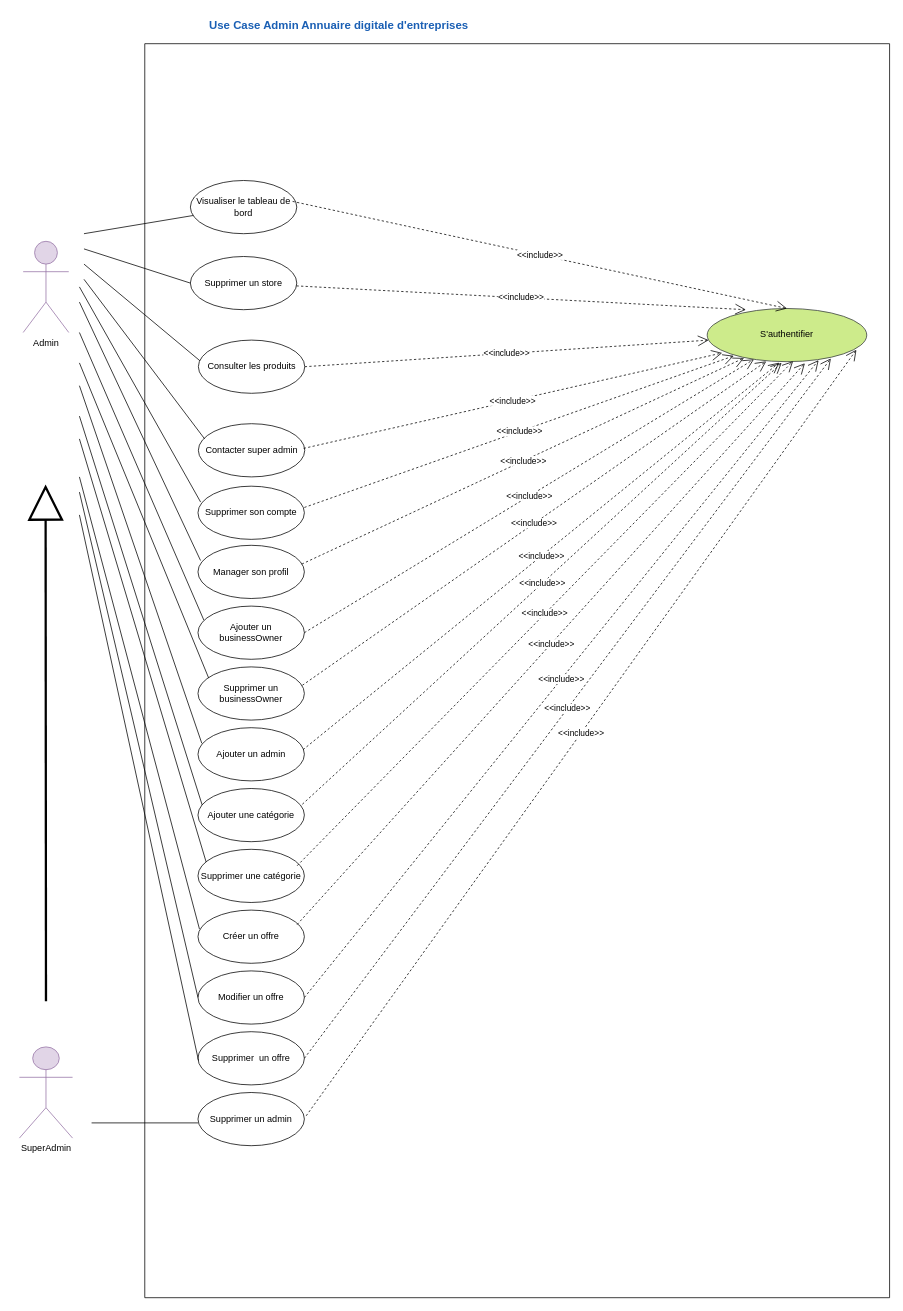
The draw.io diagram 4. UseCase_Admin.drawio in amine-elarass49/angular_doc, before the edit. Source tidied: cells renumbered, new cells numbered last; positions are measured from the earlier drawing's top-left corner, leaving out a move shared by most shapes. Both pictures are drawn from the tidied source at 76%, with x=0, y=0 at pixel (19, 13).
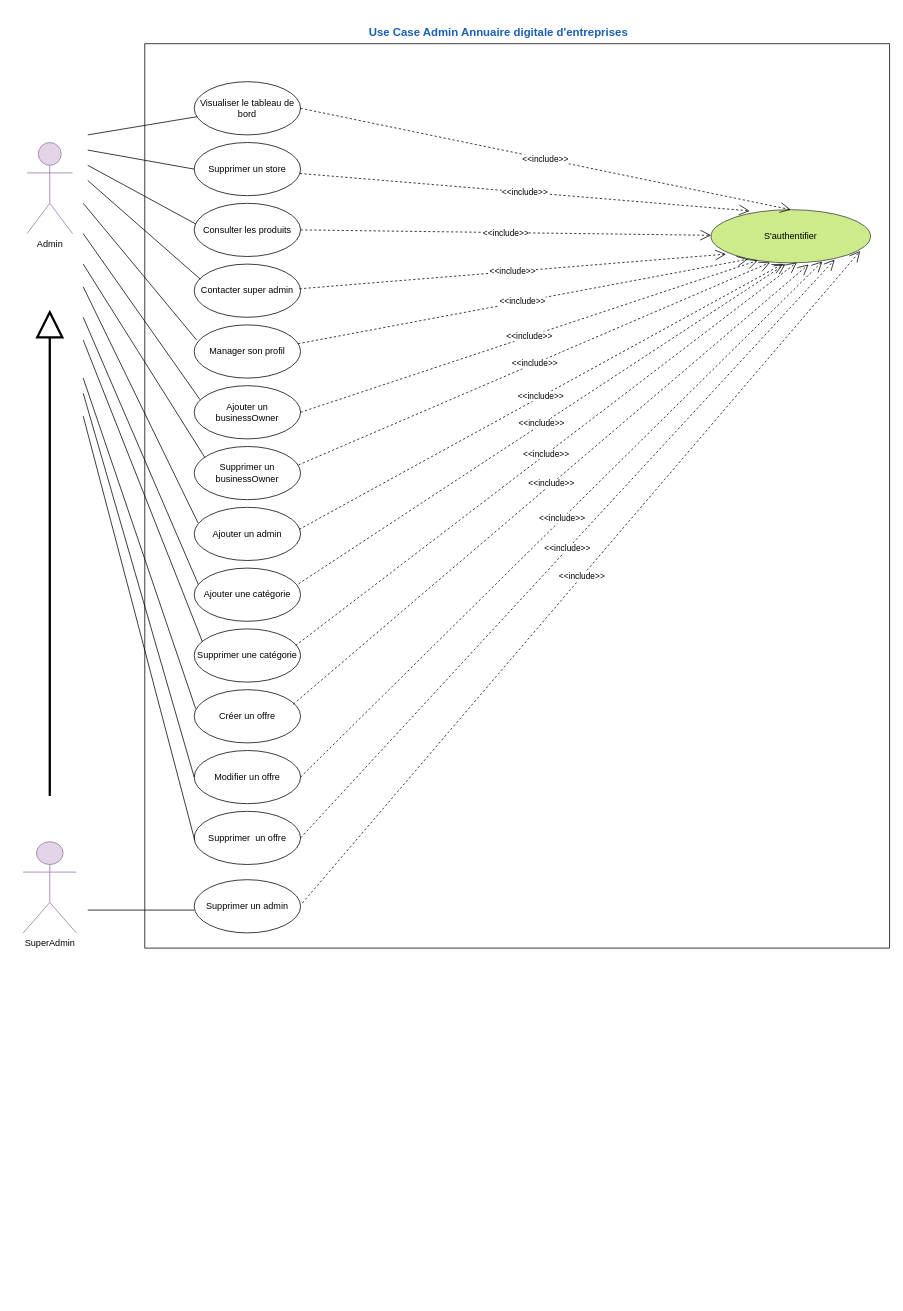
The same page after the edit.

The edit, as a diff of the source:
```diff
@@
+    <mxCell id="3" style="swimlane;startSize=0;" parent="1" vertex="1">
+      <mxGeometry x="165" y="40" width="980" height="1190" as="geometry" />
+    </mxCell>
-    <mxCell id="2" value="Admin" style="shape=umlActor;verticalLabelPosition=bottom;verticalAlign=top;html=1;fillColor=#e1d5e7;strokeColor=#9673a6;" parent="1" vertex="1">
-      <mxGeometry x="5" y="300" width="60" height="120" as="geometry" />
+    <mxCell id="2" value="Admin" style="shape=umlActor;verticalLabelPosition=bottom;verticalAlign=top;html=1;fillColor=#e1d5e7;strokeColor=#9673a6;" parent="3" vertex="1">
+      <mxGeometry x="-155" y="130" width="60" height="120" as="geometry" />
     </mxCell>
-    <mxCell id="3" style="swimlane;startSize=0;" parent="1" vertex="1">
-      <mxGeometry x="165" y="40" width="980" height="1650" as="geometry" />
-    </mxCell>
     <mxCell id="4" value="S'authentifier" style="ellipse;whiteSpace=wrap;html=1;fillColor=#cdeb8b;strokeColor=#36393d;" parent="3" vertex="1">
-      <mxGeometry x="740" y="348.4" width="210" height="70" as="geometry" />
+      <mxGeometry x="745" y="218.4" width="210" height="70" as="geometry" />
     </mxCell>
     <mxCell id="5" value="Visualiser le tableau de bord" style="ellipse;whiteSpace=wrap;html=1;" parent="3" vertex="1">
-      <mxGeometry x="60" y="180" width="140" height="70" as="geometry" />
+      <mxGeometry x="65" y="50" width="140" height="70" as="geometry" />
     </mxCell>
     <mxCell id="6" style="endArrow=none;html=1;rounded=0;" parent="3" edge="1" target="5">
       <mxGeometry relative="1" as="geometry">
-        <mxPoint x="-80" y="250" as="sourcePoint" />
+        <mxPoint x="-75" y="120" as="sourcePoint" />
       </mxGeometry>
     </mxCell>
-    <mxCell id="7" value="&amp;lt;&amp;lt;include&amp;gt;&amp;gt;" style="endArrow=open;endSize=12;dashed=1;html=1;rounded=0;exitX=1;exitY=0.4;exitDx=0;exitDy=0;exitPerimeter=0;entryX=0.167;entryY=0.89;entryDx=0;entryDy=0;entryPerimeter=0;" parent="3" edge="1" source="16" target="4">
-      <mxGeometry relative="1" as="geometry" />
-    </mxCell>
@@
     <mxCell id="10" value="Supprimer un admin" style="ellipse;whiteSpace=wrap;html=1;" parent="3" vertex="1">
-      <mxGeometry x="70" y="1380" width="140" height="70" as="geometry" />
+      <mxGeometry x="65" y="1100" width="140" height="70" as="geometry" />
     </mxCell>
@@
     <mxCell id="12" value="Consulter les produits" style="ellipse;whiteSpace=wrap;html=1;" parent="3" vertex="1">
-      <mxGeometry x="70.5" y="390" width="140" height="70" as="geometry" />
+      <mxGeometry x="65" y="210" width="140" height="70" as="geometry" />
     </mxCell>
     <mxCell id="13" value="Contacter super admin" style="ellipse;whiteSpace=wrap;html=1;" parent="3" vertex="1">
-      <mxGeometry x="70.5" y="500" width="140" height="70" as="geometry" />
+      <mxGeometry x="65" y="290" width="140" height="70" as="geometry" />
     </mxCell>
     <mxCell id="14" style="endArrow=none;html=1;rounded=0;entryX=0.015;entryY=0.389;entryDx=0;entryDy=0;entryPerimeter=0;" parent="3" edge="1" target="12">
       <mxGeometry relative="1" as="geometry">
-        <mxPoint x="-80" y="290" as="sourcePoint" />
+        <mxPoint x="-75" y="160" as="sourcePoint" />
       </mxGeometry>
     </mxCell>
     <mxCell id="15" style="endArrow=none;html=1;rounded=0;entryX=0.059;entryY=0.286;entryDx=0;entryDy=0;entryPerimeter=0;" parent="3" edge="1" target="13">
       <mxGeometry relative="1" as="geometry">
-        <mxPoint x="-80" y="310" as="sourcePoint" />
+        <mxPoint x="-75" y="180" as="sourcePoint" />
       </mxGeometry>
     </mxCell>
-    <mxCell id="16" value="Supprimer&amp;nbsp;son compte" style="ellipse;whiteSpace=wrap;html=1;" parent="3" vertex="1">
-      <mxGeometry x="70" y="582.2" width="140" height="70" as="geometry" />
-    </mxCell>
     <mxCell id="17" value="Ajouter une catégorie" style="ellipse;whiteSpace=wrap;html=1;" parent="3" vertex="1">
-      <mxGeometry x="70" y="980" width="140" height="70" as="geometry" />
+      <mxGeometry x="65" y="690" width="140" height="70" as="geometry" />
     </mxCell>
     <mxCell id="18" value="Supprimer un store" style="ellipse;whiteSpace=wrap;html=1;" parent="3" vertex="1">
-      <mxGeometry x="60" y="280" width="140" height="70" as="geometry" />
+      <mxGeometry x="65" y="130" width="140" height="70" as="geometry" />
     </mxCell>
     <mxCell id="19" value="Manager son profil" style="ellipse;whiteSpace=wrap;html=1;" parent="3" vertex="1">
-      <mxGeometry x="70" y="660" width="140" height="70" as="geometry" />
+      <mxGeometry x="65" y="370" width="140" height="70" as="geometry" />
     </mxCell>
     <mxCell id="20" value="Ajouter un businessOwner" style="ellipse;whiteSpace=wrap;html=1;" parent="3" vertex="1">
-      <mxGeometry x="70" y="740" width="140" height="70" as="geometry" />
+      <mxGeometry x="65" y="450" width="140" height="70" as="geometry" />
     </mxCell>
@@
     <mxCell id="22" value="Supprimer un businessOwner" style="ellipse;whiteSpace=wrap;html=1;" parent="3" vertex="1">
-      <mxGeometry x="70" y="820" width="140" height="70" as="geometry" />
+      <mxGeometry x="65" y="530" width="140" height="70" as="geometry" />
     </mxCell>
     <mxCell id="23" value="Ajouter un admin" style="ellipse;whiteSpace=wrap;html=1;" parent="3" vertex="1">
-      <mxGeometry x="70" y="900" width="140" height="70" as="geometry" />
+      <mxGeometry x="65" y="610" width="140" height="70" as="geometry" />
     </mxCell>
     <mxCell id="24" value="Supprimer une catégorie" style="ellipse;whiteSpace=wrap;html=1;" parent="3" vertex="1">
-      <mxGeometry x="70" y="1060" width="140" height="70" as="geometry" />
+      <mxGeometry x="65" y="770" width="140" height="70" as="geometry" />
     </mxCell>
     <mxCell id="25" value="Créer un offre" style="ellipse;whiteSpace=wrap;html=1;" parent="3" vertex="1">
-      <mxGeometry x="70" y="1140" width="140" height="70" as="geometry" />
+      <mxGeometry x="65" y="850" width="140" height="70" as="geometry" />
     </mxCell>
     <mxCell id="26" value="Modifier un offre" style="ellipse;whiteSpace=wrap;html=1;" parent="3" vertex="1">
-      <mxGeometry x="70" y="1220" width="140" height="70" as="geometry" />
+      <mxGeometry x="65" y="930" width="140" height="70" as="geometry" />
     </mxCell>
     <mxCell id="27" value="Supprimer&amp;nbsp; un offre" style="ellipse;whiteSpace=wrap;html=1;" parent="3" vertex="1">
-      <mxGeometry x="70" y="1300" width="140" height="70" as="geometry" />
+      <mxGeometry x="65" y="1010" width="140" height="70" as="geometry" />
     </mxCell>
     <mxCell id="28" style="endArrow=none;html=1;rounded=0;entryX=0;entryY=0.5;entryDx=0;entryDy=0;" parent="3" edge="1" target="18">
       <mxGeometry relative="1" as="geometry">
-        <mxPoint x="-80" y="270" as="sourcePoint" />
+        <mxPoint x="-75" y="140" as="sourcePoint" />
       </mxGeometry>
     </mxCell>
@@
-    <mxCell id="34" value="&amp;lt;&amp;lt;include&amp;gt;&amp;gt;" style="endArrow=open;endSize=12;dashed=1;html=1;rounded=0;exitX=1;exitY=0.5;exitDx=0;exitDy=0;entryX=0.5;entryY=0;entryDx=0;entryDy=0;" parent="3" edge="1" target="4">
-      <mxGeometry relative="1" as="geometry">
-        <mxPoint x="194.5" y="207.5" as="sourcePoint" />
-      </mxGeometry>
+    <mxCell id="34" value="&amp;lt;&amp;lt;include&amp;gt;&amp;gt;" style="endArrow=open;endSize=12;dashed=1;html=1;rounded=0;exitX=1;exitY=0.5;exitDx=0;exitDy=0;entryX=0.5;entryY=0;entryDx=0;entryDy=0;" parent="3" edge="1" source="5" target="4">
+      <mxGeometry relative="1" as="geometry" />
     </mxCell>
     <mxCell id="35" value="&amp;lt;&amp;lt;include&amp;gt;&amp;gt;" style="endArrow=open;endSize=12;dashed=1;html=1;rounded=0;entryX=0.296;entryY=0.997;entryDx=0;entryDy=0;entryPerimeter=0;" parent="3" edge="1" source="18">
       <mxGeometry relative="1" as="geometry">
-        <mxPoint x="791" y="350" as="targetPoint" />
+        <mxPoint x="796" y="220" as="targetPoint" />
       </mxGeometry>
     </mxCell>
@@
     <mxCell id="37" value="&amp;lt;&amp;lt;include&amp;gt;&amp;gt;" style="endArrow=open;endSize=12;dashed=1;html=1;rounded=0;exitX=0.981;exitY=0.296;exitDx=0;exitDy=0;exitPerimeter=0;" parent="3" edge="1" source="17">
       <mxGeometry relative="1" as="geometry">
-        <mxPoint x="838" y="420" as="targetPoint" />
+        <mxPoint x="843" y="290" as="targetPoint" />
       </mxGeometry>
     </mxCell>
-    <mxCell id="38" value="&amp;lt;&amp;lt;include&amp;gt;&amp;gt;" style="endArrow=open;endSize=12;dashed=1;html=1;rounded=0;exitX=0.932;exitY=0.309;exitDx=0;exitDy=0;exitPerimeter=0;entryX=0.538;entryY=0.991;entryDx=0;entryDy=0;entryPerimeter=0;" parent="3" edge="1" source="24" target="4">
+    <mxCell id="38" value="&amp;lt;&amp;lt;include&amp;gt;&amp;gt;" style="endArrow=open;endSize=12;dashed=1;html=1;rounded=0;exitX=0.953;exitY=0.313;exitDx=0;exitDy=0;exitPerimeter=0;entryX=0.538;entryY=0.991;entryDx=0;entryDy=0;entryPerimeter=0;" parent="3" edge="1" source="24" target="4">
       <mxGeometry relative="1" as="geometry" />
     </mxCell>
-    <mxCell id="39" value="&lt;b&gt;&lt;font style=&quot;font-size: 15px;&quot; color=&quot;#1a5fb4&quot;&gt;Use Case Admin Annuaire digitale d'entreprises&lt;/font&gt;&lt;/b&gt;" style="text;html=1;align=center;verticalAlign=middle;strokeColor=none;fillColor=none;" parent="1" vertex="1">
-      <mxGeometry x="235" width="370" height="30" as="geometry" />
-    </mxCell>
-    <mxCell id="40" value="SuperAdmin" style="shape=umlActor;verticalLabelPosition=bottom;verticalAlign=top;html=1;fillColor=#e1d5e7;strokeColor=#9673a6;" parent="1" vertex="1">
-      <mxGeometry y="1360" width="70" height="120" as="geometry" />
+    <mxCell id="40" value="SuperAdmin" style="shape=umlActor;verticalLabelPosition=bottom;verticalAlign=top;html=1;fillColor=#e1d5e7;strokeColor=#9673a6;" parent="3" vertex="1">
+      <mxGeometry x="-160" y="1050" width="70" height="120" as="geometry" />
     </mxCell>
-    <mxCell id="41" style="endArrow=block;endFill=0;html=1;rounded=0;strokeWidth=3;jumpSize=4;startSize=21;endSize=40;" parent="1" edge="1">
+    <mxCell id="41" style="endArrow=block;endFill=0;html=1;rounded=0;strokeWidth=3;jumpSize=4;startSize=21;endSize=30;" parent="3" edge="1">
       <mxGeometry relative="1" as="geometry">
-        <mxPoint x="35" y="1300" as="sourcePoint" />
-        <mxPoint x="34.5" y="620" as="targetPoint" />
+        <mxPoint x="-125" y="990" as="sourcePoint" />
+        <mxPoint x="-125" y="350" as="targetPoint" />
       </mxGeometry>
     </mxCell>
-    <mxCell id="42" style="endArrow=none;html=1;rounded=0;entryX=0.025;entryY=0.299;entryDx=0;entryDy=0;entryPerimeter=0;" parent="1" edge="1" target="16">
-      <mxGeometry relative="1" as="geometry">
-        <mxPoint x="79" y="360" as="sourcePoint" />
-      </mxGeometry>
-    </mxCell>
-    <mxCell id="43" style="endArrow=none;html=1;rounded=0;entryX=0.024;entryY=0.286;entryDx=0;entryDy=0;entryPerimeter=0;" parent="1" edge="1" target="19">
+    <mxCell id="43" style="endArrow=none;html=1;rounded=0;entryX=0.024;entryY=0.286;entryDx=0;entryDy=0;entryPerimeter=0;" parent="3" edge="1" target="19">
       <mxGeometry relative="1" as="geometry">
-        <mxPoint x="79" y="380" as="sourcePoint" />
+        <mxPoint x="-81" y="210" as="sourcePoint" />
       </mxGeometry>
     </mxCell>
-    <mxCell id="44" style="endArrow=none;html=1;rounded=0;entryX=0.055;entryY=0.263;entryDx=0;entryDy=0;entryPerimeter=0;" parent="1" edge="1" target="20">
+    <mxCell id="44" style="endArrow=none;html=1;rounded=0;entryX=0.055;entryY=0.263;entryDx=0;entryDy=0;entryPerimeter=0;" parent="3" edge="1" target="20">
       <mxGeometry relative="1" as="geometry">
-        <mxPoint x="79" y="420" as="sourcePoint" />
+        <mxPoint x="-81" y="250" as="sourcePoint" />
       </mxGeometry>
     </mxCell>
-    <mxCell id="45" style="endArrow=none;html=1;rounded=0;entryX=0.1;entryY=0.207;entryDx=0;entryDy=0;entryPerimeter=0;" parent="1" edge="1" target="22">
+    <mxCell id="45" style="endArrow=none;html=1;rounded=0;entryX=0.1;entryY=0.207;entryDx=0;entryDy=0;entryPerimeter=0;" parent="3" edge="1" target="22">
       <mxGeometry relative="1" as="geometry">
-        <mxPoint x="79" y="460" as="sourcePoint" />
+        <mxPoint x="-81" y="290" as="sourcePoint" />
       </mxGeometry>
     </mxCell>
-    <mxCell id="46" style="endArrow=none;html=1;rounded=0;entryX=0.036;entryY=0.293;entryDx=0;entryDy=0;entryPerimeter=0;" parent="1" edge="1" target="23">
+    <mxCell id="46" style="endArrow=none;html=1;rounded=0;entryX=0.036;entryY=0.293;entryDx=0;entryDy=0;entryPerimeter=0;" parent="3" edge="1" target="23">
       <mxGeometry relative="1" as="geometry">
-        <mxPoint x="79" y="490" as="sourcePoint" />
+        <mxPoint x="-81" y="320" as="sourcePoint" />
       </mxGeometry>
     </mxCell>
-    <mxCell id="47" style="endArrow=none;html=1;rounded=0;entryX=0.039;entryY=0.308;entryDx=0;entryDy=0;entryPerimeter=0;" parent="1" edge="1" target="17">
+    <mxCell id="47" style="endArrow=none;html=1;rounded=0;entryX=0.039;entryY=0.308;entryDx=0;entryDy=0;entryPerimeter=0;" parent="3" edge="1" target="17">
       <mxGeometry relative="1" as="geometry">
-        <mxPoint x="79" y="530" as="sourcePoint" />
+        <mxPoint x="-81" y="360" as="sourcePoint" />
       </mxGeometry>
     </mxCell>
-    <mxCell id="48" style="endArrow=none;html=1;rounded=0;entryX=0.077;entryY=0.241;entryDx=0;entryDy=0;entryPerimeter=0;" parent="1" edge="1" target="24">
+    <mxCell id="48" style="endArrow=none;html=1;rounded=0;entryX=0.077;entryY=0.241;entryDx=0;entryDy=0;entryPerimeter=0;" parent="3" edge="1" target="24">
       <mxGeometry relative="1" as="geometry">
-        <mxPoint x="79" y="560" as="sourcePoint" />
+        <mxPoint x="-81" y="390" as="sourcePoint" />
       </mxGeometry>
     </mxCell>
-    <mxCell id="49" style="endArrow=none;html=1;rounded=0;entryX=0.014;entryY=0.357;entryDx=0;entryDy=0;entryPerimeter=0;" parent="1" edge="1" target="25">
+    <mxCell id="49" style="endArrow=none;html=1;rounded=0;entryX=0.014;entryY=0.357;entryDx=0;entryDy=0;entryPerimeter=0;" parent="3" edge="1" target="25">
       <mxGeometry relative="1" as="geometry">
-        <mxPoint x="79" y="610" as="sourcePoint" />
+        <mxPoint x="-81" y="440" as="sourcePoint" />
       </mxGeometry>
     </mxCell>
-    <mxCell id="50" style="endArrow=none;html=1;rounded=0;entryX=0;entryY=0.5;entryDx=0;entryDy=0;" parent="1" edge="1" target="26">
+    <mxCell id="50" style="endArrow=none;html=1;rounded=0;entryX=0;entryY=0.5;entryDx=0;entryDy=0;" parent="3" edge="1" target="26">
       <mxGeometry relative="1" as="geometry">
-        <mxPoint x="79" y="630" as="sourcePoint" />
+        <mxPoint x="-81" y="460" as="sourcePoint" />
       </mxGeometry>
     </mxCell>
-    <mxCell id="51" style="endArrow=none;html=1;rounded=0;entryX=0.005;entryY=0.543;entryDx=0;entryDy=0;entryPerimeter=0;" parent="1" edge="1" target="27">
+    <mxCell id="51" style="endArrow=none;html=1;rounded=0;entryX=0.005;entryY=0.543;entryDx=0;entryDy=0;entryPerimeter=0;" parent="3" edge="1" target="27">
       <mxGeometry relative="1" as="geometry">
-        <mxPoint x="79" y="660" as="sourcePoint" />
+        <mxPoint x="-81" y="490" as="sourcePoint" />
       </mxGeometry>
     </mxCell>
-    <mxCell id="52" style="endArrow=none;html=1;edgeStyle=orthogonalEdgeStyle;rounded=0;" parent="1" edge="1">
+    <mxCell id="52" style="endArrow=none;html=1;edgeStyle=orthogonalEdgeStyle;rounded=0;" parent="3" edge="1">
       <mxGeometry relative="1" as="geometry">
-        <mxPoint x="95" y="1460" as="sourcePoint" />
-        <mxPoint x="235" y="1460" as="targetPoint" />
+        <mxPoint x="-75" y="1140" as="sourcePoint" />
+        <mxPoint x="65" y="1140" as="targetPoint" />
       </mxGeometry>
     </mxCell>
+    <mxCell id="39" value="&lt;b&gt;&lt;font style=&quot;font-size: 15px;&quot; color=&quot;#1a5fb4&quot;&gt;Use Case Admin Annuaire digitale d'entreprises&lt;/font&gt;&lt;/b&gt;" style="text;html=1;align=center;verticalAlign=middle;strokeColor=none;fillColor=none;" parent="1" vertex="1">
+      <mxGeometry x="445" y="10" width="370" height="30" as="geometry" />
+    </mxCell>
```
